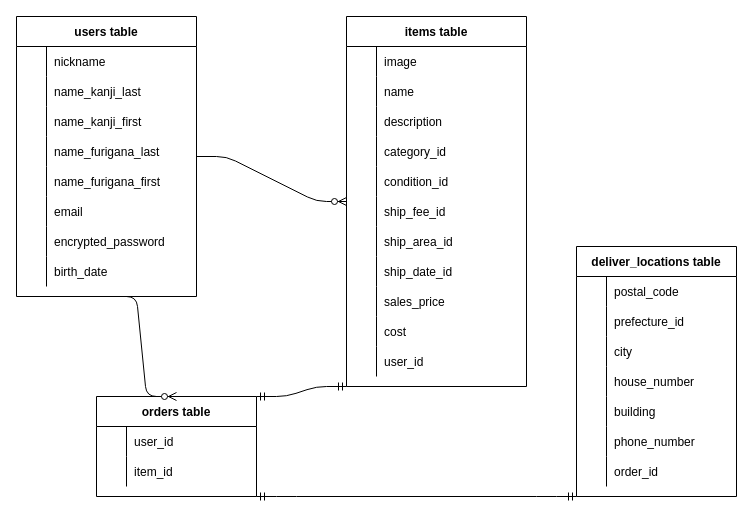
This is furima.dio from yhoriguchi29/furima-34954, a draw.io file, before an edit. Source tidied: cells renumbered, new cells numbered last; positions are measured from the earlier drawing's top-left corner, leaving out a move shared by most shapes. Both pictures are drawn from the tidied source at 100%, with x=0, y=0 at pixel (16, 16).
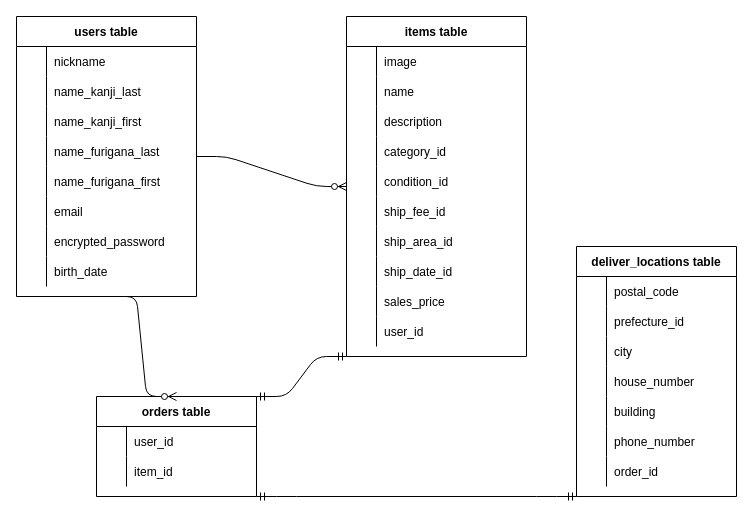
The same page after the edit.

Commit message (it also covers changes not shown here):
データベース設計４

The edit, as a diff of the source:
```diff
@@
     <mxCell id="9" value="items table" style="shape=table;startSize=30;childLayout=tableLayout;rowLines=0;fontStyle=1;align=center;" parent="1" vertex="1">
-      <mxGeometry x="330" width="180" height="370" as="geometry" />
+      <mxGeometry x="330" width="180" height="340" as="geometry" />
     </mxCell>
@@
-    <mxCell id="37" style="shape=partialRectangle;fillColor=none;top=0;left=0;bottom=0;right=0;" parent="9" vertex="1">
-      <mxGeometry y="300" width="180" height="30" as="geometry" />
-    </mxCell>
-    <mxCell id="38" style="shape=partialRectangle;fillColor=none;top=0;left=0;bottom=0;right=0;overflow=hidden;" parent="37" vertex="1">
-      <mxGeometry width="30" height="30" as="geometry" />
-    </mxCell>
-    <mxCell id="39" value="cost" style="shape=partialRectangle;fillColor=none;top=0;left=0;bottom=0;right=0;align=left;spacingLeft=6;overflow=hidden;" parent="37" vertex="1">
-      <mxGeometry x="30" width="150" height="30" as="geometry" />
-    </mxCell>
     <mxCell id="40" style="shape=partialRectangle;fillColor=none;top=0;left=0;bottom=0;right=0;" parent="9" vertex="1">
-      <mxGeometry y="330" width="180" height="30" as="geometry" />
+      <mxGeometry y="300" width="180" height="30" as="geometry" />
     </mxCell>
```
